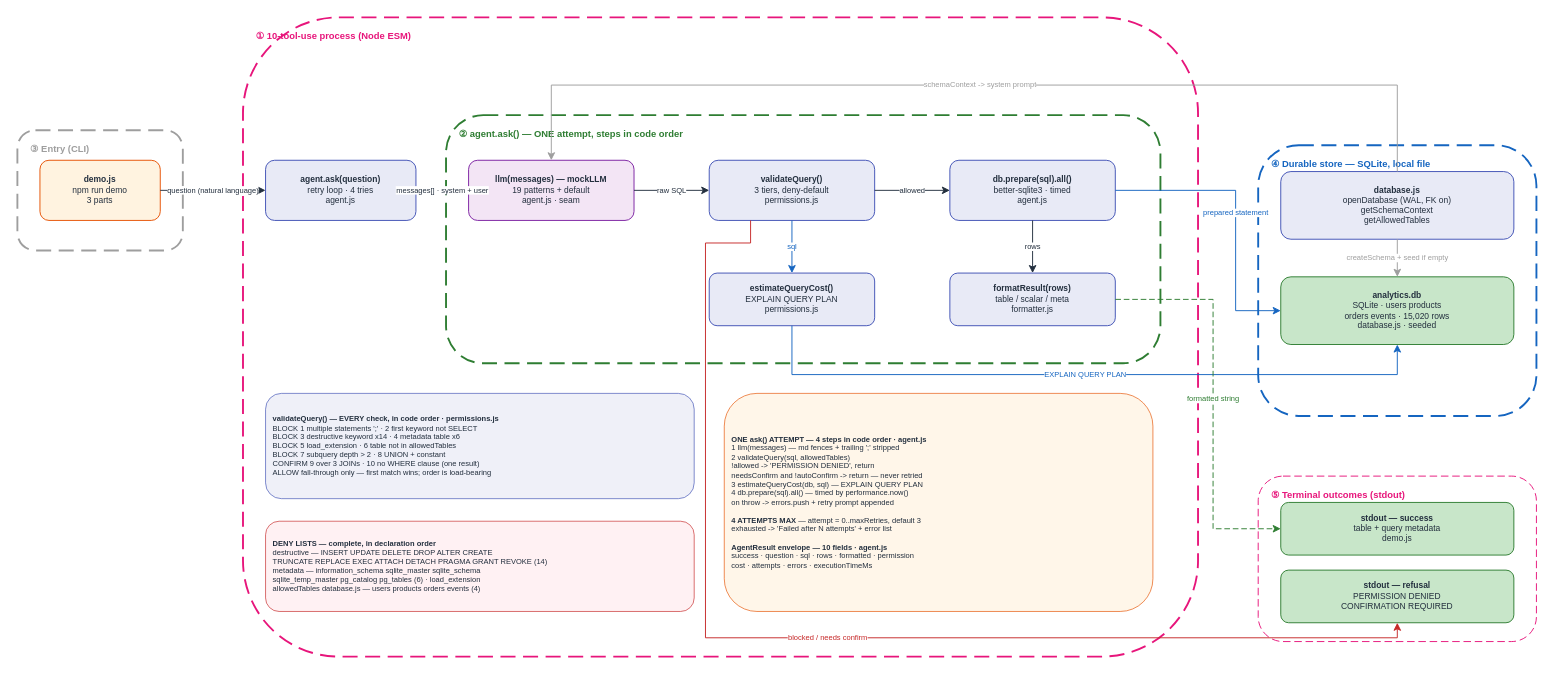
Above: docs/diagrams/tool_use_v1/HOA_ToolUse_v1.drawio in gmaheshraju/Hands-on-AgenticAI (draw.io), before the change. Source tidied: cells renumbered, new cells numbered last; positions are measured from the earlier drawing's top-left corner, leaving out a move shared by most shapes. Both pictures are drawn from the tidied source at 94%, with x=0, y=0 at pixel (17, 17).
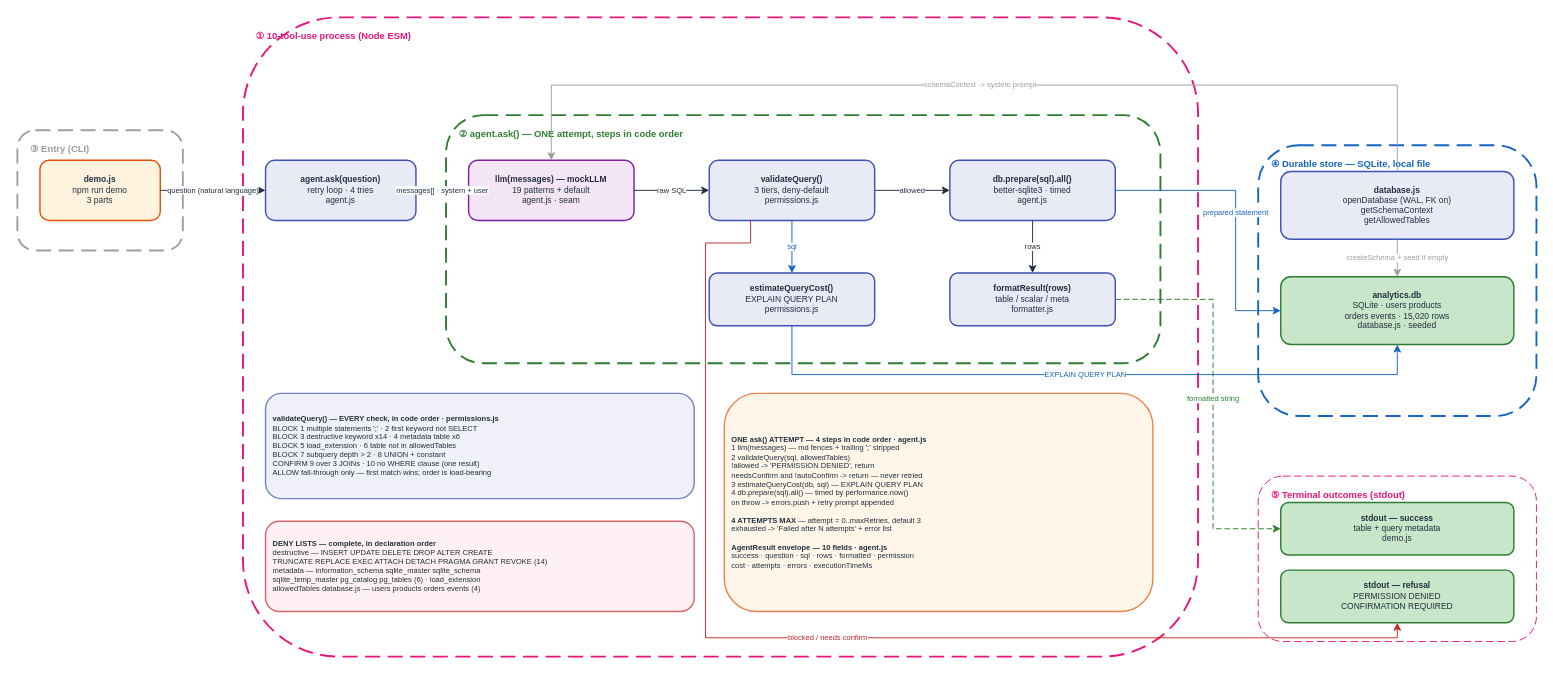
The same diagram, later.

The edit, as a diff of the source:
```diff
@@
-    <mxCell id="12" value="&lt;b&gt;demo.js&lt;/b&gt;&lt;br&gt;npm run demo&lt;br&gt;3 parts" style="rounded=1;fillColor=#FFF3E0;strokeColor=#E65100;fontSize=9;fontColor=#232F3E;html=1;whiteSpace=wrap;align=center;" parent="1" vertex="1">
+    <mxCell id="12" value="&lt;b&gt;demo.js&lt;/b&gt;&lt;br&gt;npm run demo&lt;br&gt;3 parts" style="rounded=1;fillColor=#FFF3E0;strokeColor=#E65100;strokeWidth=1.5;fontSize=9;fontColor=#232F3E;html=1;whiteSpace=wrap;align=center;" parent="1" vertex="1">
       <mxGeometry x="24" y="152" width="128" height="64" as="geometry" />
     </mxCell>
-    <mxCell id="13" value="&lt;b&gt;agent.ask(question)&lt;/b&gt;&lt;br&gt;retry loop · 4 tries&lt;br&gt;agent.js" style="rounded=1;fillColor=#E8EAF6;strokeColor=#3F51B5;fontSize=9;fontColor=#232F3E;html=1;whiteSpace=wrap;align=center;" parent="1" vertex="1">
+    <mxCell id="13" value="&lt;b&gt;agent.ask(question)&lt;/b&gt;&lt;br&gt;retry loop · 4 tries&lt;br&gt;agent.js" style="rounded=1;fillColor=#E8EAF6;strokeColor=#3F51B5;strokeWidth=1.5;fontSize=9;fontColor=#232F3E;html=1;whiteSpace=wrap;align=center;" parent="1" vertex="1">
       <mxGeometry x="264" y="152" width="160" height="64" as="geometry" />
     </mxCell>
-    <mxCell id="14" value="&lt;b&gt;llm(messages) — mockLLM&lt;/b&gt;&lt;br&gt;19 patterns + default&lt;br&gt;agent.js · seam" style="rounded=1;fillColor=#F3E5F5;strokeColor=#7B1FA2;fontSize=9;fontColor=#232F3E;html=1;whiteSpace=wrap;align=center;" parent="1" vertex="1">
+    <mxCell id="14" value="&lt;b&gt;llm(messages) — mockLLM&lt;/b&gt;&lt;br&gt;19 patterns + default&lt;br&gt;agent.js · seam" style="rounded=1;fillColor=#F3E5F5;strokeColor=#7B1FA2;strokeWidth=1.5;fontSize=9;fontColor=#232F3E;html=1;whiteSpace=wrap;align=center;" parent="1" vertex="1">
       <mxGeometry x="480" y="152" width="176" height="64" as="geometry" />
     </mxCell>
-    <mxCell id="15" value="&lt;b&gt;validateQuery()&lt;/b&gt;&lt;br&gt;3 tiers, deny-default&lt;br&gt;permissions.js" style="rounded=1;fillColor=#E8EAF6;strokeColor=#3F51B5;fontSize=9;fontColor=#232F3E;html=1;whiteSpace=wrap;align=center;" parent="1" vertex="1">
+    <mxCell id="15" value="&lt;b&gt;validateQuery()&lt;/b&gt;&lt;br&gt;3 tiers, deny-default&lt;br&gt;permissions.js" style="rounded=1;fillColor=#E8EAF6;strokeColor=#3F51B5;strokeWidth=1.5;fontSize=9;fontColor=#232F3E;html=1;whiteSpace=wrap;align=center;" parent="1" vertex="1">
       <mxGeometry x="736" y="152" width="176" height="64" as="geometry" />
     </mxCell>
-    <mxCell id="16" value="&lt;b&gt;db.prepare(sql).all()&lt;/b&gt;&lt;br&gt;better-sqlite3 · timed&lt;br&gt;agent.js" style="rounded=1;fillColor=#E8EAF6;strokeColor=#3F51B5;fontSize=9;fontColor=#232F3E;html=1;whiteSpace=wrap;align=center;" parent="1" vertex="1">
+    <mxCell id="16" value="&lt;b&gt;db.prepare(sql).all()&lt;/b&gt;&lt;br&gt;better-sqlite3 · timed&lt;br&gt;agent.js" style="rounded=1;fillColor=#E8EAF6;strokeColor=#3F51B5;strokeWidth=1.5;fontSize=9;fontColor=#232F3E;html=1;whiteSpace=wrap;align=center;" parent="1" vertex="1">
       <mxGeometry x="992" y="152" width="176" height="64" as="geometry" />
     </mxCell>
-    <mxCell id="17" value="&lt;b&gt;estimateQueryCost()&lt;/b&gt;&lt;br&gt;EXPLAIN QUERY PLAN&lt;br&gt;permissions.js" style="rounded=1;fillColor=#E8EAF6;strokeColor=#3F51B5;fontSize=9;fontColor=#232F3E;html=1;whiteSpace=wrap;align=center;" parent="1" vertex="1">
+    <mxCell id="17" value="&lt;b&gt;estimateQueryCost()&lt;/b&gt;&lt;br&gt;EXPLAIN QUERY PLAN&lt;br&gt;permissions.js" style="rounded=1;fillColor=#E8EAF6;strokeColor=#3F51B5;strokeWidth=1.5;fontSize=9;fontColor=#232F3E;html=1;whiteSpace=wrap;align=center;" parent="1" vertex="1">
       <mxGeometry x="736" y="272" width="176" height="56" as="geometry" />
     </mxCell>
-    <mxCell id="18" value="&lt;b&gt;formatResult(rows)&lt;/b&gt;&lt;br&gt;table / scalar / meta&lt;br&gt;formatter.js" style="rounded=1;fillColor=#E8EAF6;strokeColor=#3F51B5;fontSize=9;fontColor=#232F3E;html=1;whiteSpace=wrap;align=center;" parent="1" vertex="1">
+    <mxCell id="18" value="&lt;b&gt;formatResult(rows)&lt;/b&gt;&lt;br&gt;table / scalar / meta&lt;br&gt;formatter.js" style="rounded=1;fillColor=#E8EAF6;strokeColor=#3F51B5;strokeWidth=1.5;fontSize=9;fontColor=#232F3E;html=1;whiteSpace=wrap;align=center;" parent="1" vertex="1">
       <mxGeometry x="992" y="272" width="176" height="56" as="geometry" />
     </mxCell>
-    <mxCell id="19" value="&lt;b&gt;database.js&lt;/b&gt;&lt;br&gt;openDatabase (WAL, FK on)&lt;br&gt;getSchemaContext&lt;br&gt;getAllowedTables" style="rounded=1;fillColor=#E8EAF6;strokeColor=#3F51B5;fontSize=9;fontColor=#232F3E;html=1;whiteSpace=wrap;align=center;" parent="1" vertex="1">
+    <mxCell id="19" value="&lt;b&gt;database.js&lt;/b&gt;&lt;br&gt;openDatabase (WAL, FK on)&lt;br&gt;getSchemaContext&lt;br&gt;getAllowedTables" style="rounded=1;fillColor=#E8EAF6;strokeColor=#3F51B5;strokeWidth=1.5;fontSize=9;fontColor=#232F3E;html=1;whiteSpace=wrap;align=center;" parent="1" vertex="1">
       <mxGeometry x="1344" y="164" width="248" height="72" as="geometry" />
     </mxCell>
-    <mxCell id="20" value="&lt;b&gt;analytics.db&lt;/b&gt;&lt;br&gt;SQLite · users products&lt;br&gt;orders events · 15,020 rows&lt;br&gt;database.js · seeded" style="rounded=1;fillColor=#C8E6C9;strokeColor=#2E7D32;fontSize=9;fontColor=#232F3E;html=1;whiteSpace=wrap;align=center;" parent="1" vertex="1">
+    <mxCell id="20" value="&lt;b&gt;analytics.db&lt;/b&gt;&lt;br&gt;SQLite · users products&lt;br&gt;orders events · 15,020 rows&lt;br&gt;database.js · seeded" style="rounded=1;fillColor=#C8E6C9;strokeColor=#2E7D32;strokeWidth=1.5;fontSize=9;fontColor=#232F3E;html=1;whiteSpace=wrap;align=center;" parent="1" vertex="1">
       <mxGeometry x="1344" y="276" width="248" height="72" as="geometry" />
     </mxCell>
-    <mxCell id="21" value="&lt;b&gt;stdout — success&lt;/b&gt;&lt;br&gt;table + query metadata&lt;br&gt;demo.js" style="rounded=1;fillColor=#C8E6C9;strokeColor=#2E7D32;fontSize=9;fontColor=#232F3E;html=1;whiteSpace=wrap;align=center;" parent="1" vertex="1">
+    <mxCell id="21" value="&lt;b&gt;stdout — success&lt;/b&gt;&lt;br&gt;table + query metadata&lt;br&gt;demo.js" style="rounded=1;fillColor=#C8E6C9;strokeColor=#2E7D32;strokeWidth=1.5;fontSize=9;fontColor=#232F3E;html=1;whiteSpace=wrap;align=center;" parent="1" vertex="1">
       <mxGeometry x="1344" y="516" width="248" height="56" as="geometry" />
     </mxCell>
-    <mxCell id="22" value="&lt;b&gt;stdout — refusal&lt;/b&gt;&lt;br&gt;PERMISSION DENIED&lt;br&gt;CONFIRMATION REQUIRED" style="rounded=1;fillColor=#C8E6C9;strokeColor=#2E7D32;fontSize=9;fontColor=#232F3E;html=1;whiteSpace=wrap;align=center;" parent="1" vertex="1">
+    <mxCell id="22" value="&lt;b&gt;stdout — refusal&lt;/b&gt;&lt;br&gt;PERMISSION DENIED&lt;br&gt;CONFIRMATION REQUIRED" style="rounded=1;fillColor=#C8E6C9;strokeColor=#2E7D32;strokeWidth=1.5;fontSize=9;fontColor=#232F3E;html=1;whiteSpace=wrap;align=center;" parent="1" vertex="1">
       <mxGeometry x="1344" y="588" width="248" height="56" as="geometry" />
     </mxCell>
-    <mxCell id="23" value="&lt;b&gt;validateQuery() — EVERY check, in code order · permissions.js&lt;/b&gt;&lt;br&gt;BLOCK 1 multiple statements ';' · 2 first keyword not SELECT&lt;br&gt;BLOCK 3 destructive keyword x14 · 4 metadata table x6&lt;br&gt;BLOCK 5 load_extension · 6 table not in allowedTables&lt;br&gt;BLOCK 7 subquery depth &gt; 2 · 8 UNION + constant&lt;br&gt;CONFIRM 9 over 3 JOINs · 10 no WHERE clause (one result)&lt;br&gt;ALLOW fall-through only — first match wins; order is load-bearing" style="rounded=1;fillColor=#E8EAF6;strokeColor=#3F51B5;fontSize=8;fontColor=#232F3E;html=1;whiteSpace=wrap;align=left;spacingLeft=6;opacity=70;" parent="1" vertex="1">
+    <mxCell id="23" value="&lt;b&gt;validateQuery() — EVERY check, in code order · permissions.js&lt;/b&gt;&lt;br&gt;BLOCK 1 multiple statements ';' · 2 first keyword not SELECT&lt;br&gt;BLOCK 3 destructive keyword x14 · 4 metadata table x6&lt;br&gt;BLOCK 5 load_extension · 6 table not in allowedTables&lt;br&gt;BLOCK 7 subquery depth &gt; 2 · 8 UNION + constant&lt;br&gt;CONFIRM 9 over 3 JOINs · 10 no WHERE clause (one result)&lt;br&gt;ALLOW fall-through only — first match wins; order is load-bearing" style="rounded=1;fillColor=#E8EAF6;strokeColor=#3F51B5;strokeWidth=1.5;fontSize=8;fontColor=#232F3E;html=1;whiteSpace=wrap;align=left;spacingLeft=6;opacity=70;" parent="1" vertex="1">
       <mxGeometry x="264" y="400" width="456" height="112" as="geometry" />
     </mxCell>
-    <mxCell id="24" value="&lt;b&gt;DENY LISTS — complete, in declaration order&lt;/b&gt;&lt;br&gt;destructive — INSERT UPDATE DELETE DROP ALTER CREATE&lt;br&gt;TRUNCATE REPLACE EXEC ATTACH DETACH PRAGMA GRANT REVOKE (14)&lt;br&gt;metadata — information_schema sqlite_master sqlite_schema&lt;br&gt;sqlite_temp_master pg_catalog pg_tables (6) · load_extension&lt;br&gt;allowedTables database.js — users products orders events (4)" style="rounded=1;fillColor=#FFEBEE;strokeColor=#C62828;fontSize=8;fontColor=#232F3E;html=1;whiteSpace=wrap;align=left;spacingLeft=6;opacity=70;" parent="1" vertex="1">
+    <mxCell id="24" value="&lt;b&gt;DENY LISTS — complete, in declaration order&lt;/b&gt;&lt;br&gt;destructive — INSERT UPDATE DELETE DROP ALTER CREATE&lt;br&gt;TRUNCATE REPLACE EXEC ATTACH DETACH PRAGMA GRANT REVOKE (14)&lt;br&gt;metadata — information_schema sqlite_master sqlite_schema&lt;br&gt;sqlite_temp_master pg_catalog pg_tables (6) · load_extension&lt;br&gt;allowedTables database.js — users products orders events (4)" style="rounded=1;fillColor=#FFEBEE;strokeColor=#C62828;strokeWidth=1.5;fontSize=8;fontColor=#232F3E;html=1;whiteSpace=wrap;align=left;spacingLeft=6;opacity=70;" parent="1" vertex="1">
       <mxGeometry x="264" y="536" width="456" height="96" as="geometry" />
     </mxCell>
-    <mxCell id="25" value="&lt;b&gt;ONE ask() ATTEMPT — 4 steps in code order · agent.js&lt;/b&gt;&lt;br&gt;1 llm(messages) — md fences + trailing ';' stripped&lt;br&gt;2 validateQuery(sql, allowedTables)&lt;br&gt; !allowed -&gt; 'PERMISSION DENIED', return&lt;br&gt; needsConfirm and !autoConfirm -&gt; return — never retried&lt;br&gt;3 estimateQueryCost(db, sql) — EXPLAIN QUERY PLAN&lt;br&gt;4 db.prepare(sql).all() — timed by performance.now()&lt;br&gt; on throw -&gt; errors.push + retry prompt appended&lt;br&gt;&lt;br&gt;&lt;b&gt;4 ATTEMPTS MAX&lt;/b&gt; — attempt = 0..maxRetries, default 3&lt;br&gt;exhausted -&gt; 'Failed after N attempts' + error list&lt;br&gt;&lt;br&gt;&lt;b&gt;AgentResult envelope — 10 fields · agent.js&lt;/b&gt;&lt;br&gt;success · question · sql · rows · formatted · permission&lt;br&gt;cost · attempts · errors · executionTimeMs" style="rounded=1;fillColor=#FFF3E0;strokeColor=#E65100;fontSize=8;fontColor=#232F3E;html=1;whiteSpace=wrap;align=left;spacingLeft=6;opacity=70;" parent="1" vertex="1">
+    <mxCell id="25" value="&lt;b&gt;ONE ask() ATTEMPT — 4 steps in code order · agent.js&lt;/b&gt;&lt;br&gt;1 llm(messages) — md fences + trailing ';' stripped&lt;br&gt;2 validateQuery(sql, allowedTables)&lt;br&gt; !allowed -&gt; 'PERMISSION DENIED', return&lt;br&gt; needsConfirm and !autoConfirm -&gt; return — never retried&lt;br&gt;3 estimateQueryCost(db, sql) — EXPLAIN QUERY PLAN&lt;br&gt;4 db.prepare(sql).all() — timed by performance.now()&lt;br&gt; on throw -&gt; errors.push + retry prompt appended&lt;br&gt;&lt;br&gt;&lt;b&gt;4 ATTEMPTS MAX&lt;/b&gt; — attempt = 0..maxRetries, default 3&lt;br&gt;exhausted -&gt; 'Failed after N attempts' + error list&lt;br&gt;&lt;br&gt;&lt;b&gt;AgentResult envelope — 10 fields · agent.js&lt;/b&gt;&lt;br&gt;success · question · sql · rows · formatted · permission&lt;br&gt;cost · attempts · errors · executionTimeMs" style="rounded=1;fillColor=#FFF3E0;strokeColor=#E65100;strokeWidth=1.5;fontSize=8;fontColor=#232F3E;html=1;whiteSpace=wrap;align=left;spacingLeft=6;opacity=70;" parent="1" vertex="1">
       <mxGeometry x="752" y="400" width="456" height="232" as="geometry" />
     </mxCell>
```
